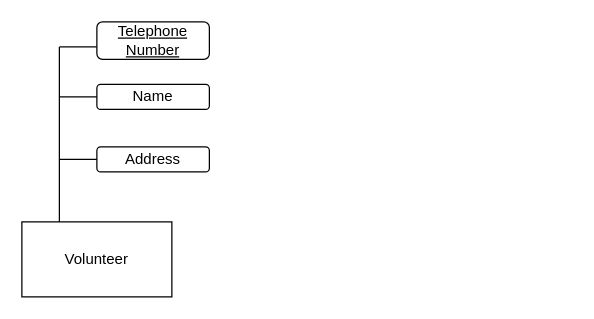
Above: Question1.drawio in LukeYaxley/Database_Project (draw.io), before the change. Source tidied: cells renumbered, new cells numbered last; positions are measured from the earlier drawing's top-left corner, leaving out a move shared by most shapes. Both pictures are drawn from the tidied source at 125%, with x=0, y=0 at pixel (21, 21).
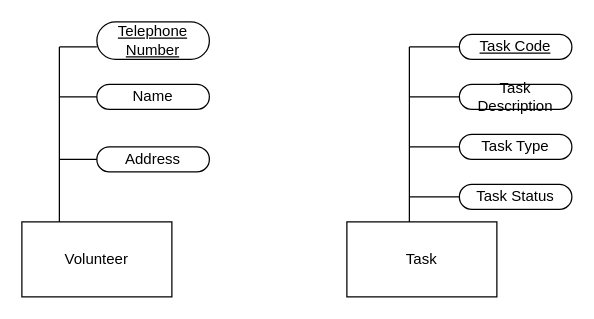
After the change.

Commit message:
Added Task Entity

Unchanged cells that the change refers to:
```xml
<mxCell id="2" value="Volunteer" style="rounded=0;whiteSpace=wrap;html=1;" parent="1" vertex="1">
  <mxGeometry y="160" width="120" height="60" as="geometry" />
</mxCell>
```

What changed in the source:
```diff
@@
-    <mxCell id="3" style="endArrow=none;html=1;rounded=0;exitX=0.25;exitY=0;exitDx=0;exitDy=0;" parent="1" edge="1" source="2">
-      <mxGeometry relative="1" as="geometry">
-        <mxPoint x="30" y="20" as="targetPoint" />
-      </mxGeometry>
-    </mxCell>
-    <mxCell id="4" style="endArrow=none;html=1;rounded=0;" parent="1" edge="1">
-      <mxGeometry relative="1" as="geometry">
-        <mxPoint x="30" y="20" as="sourcePoint" />
-        <mxPoint x="60" y="20" as="targetPoint" />
-      </mxGeometry>
-    </mxCell>
-    <mxCell id="5" value="&lt;u&gt;Telephone Number&lt;/u&gt;" style="rounded=1;whiteSpace=wrap;html=1;" parent="1" vertex="1">
+    <mxCell id="5" value="&lt;u&gt;Telephone Number&lt;/u&gt;" style="rounded=1;whiteSpace=wrap;html=1;arcSize=50;" parent="1" vertex="1">
       <mxGeometry x="60" width="90" height="30" as="geometry" />
     </mxCell>
-    <mxCell id="6" value="Name" style="rounded=1;whiteSpace=wrap;html=1;" parent="1" vertex="1">
+    <mxCell id="6" value="Name" style="rounded=1;whiteSpace=wrap;html=1;arcSize=50;" parent="1" vertex="1">
       <mxGeometry x="60" y="50" width="90" height="20" as="geometry" />
     </mxCell>
-    <mxCell id="7" value="Address" style="rounded=1;whiteSpace=wrap;html=1;" parent="1" vertex="1">
+    <mxCell id="7" value="Address" style="rounded=1;whiteSpace=wrap;html=1;arcSize=50;" parent="1" vertex="1">
       <mxGeometry x="60" y="100" width="90" height="20" as="geometry" />
     </mxCell>
+    <mxCell id="10" value="Task" style="rounded=0;whiteSpace=wrap;html=1;" parent="1" vertex="1">
+      <mxGeometry x="260" y="160" width="120" height="60" as="geometry" />
+    </mxCell>
+    <mxCell id="11" style="group;" parent="1" vertex="1">
+      <mxGeometry x="30" y="20" width="30" height="90" as="geometry" />
+    </mxCell>
+    <mxCell id="3" style="endArrow=none;html=1;rounded=0;exitX=0.25;exitY=0;exitDx=0;exitDy=0;" parent="11" edge="1" source="2">
+      <mxGeometry relative="1" as="geometry">
+        <mxPoint as="targetPoint" />
+      </mxGeometry>
+    </mxCell>
+    <mxCell id="4" style="endArrow=none;html=1;rounded=0;" parent="11" edge="1">
+      <mxGeometry relative="1" as="geometry">
+        <mxPoint as="sourcePoint" />
+        <mxPoint x="30" as="targetPoint" />
+      </mxGeometry>
+    </mxCell>
-    <mxCell id="8" style="endArrow=none;html=1;rounded=0;entryX=0;entryY=0.5;entryDx=0;entryDy=0;" parent="1" edge="1" target="6">
+    <mxCell id="8" style="endArrow=none;html=1;rounded=0;entryX=0;entryY=0.5;entryDx=0;entryDy=0;" parent="11" edge="1" target="6">
       <mxGeometry relative="1" as="geometry">
-        <mxPoint x="30" y="60" as="sourcePoint" />
+        <mxPoint y="40" as="sourcePoint" />
       </mxGeometry>
     </mxCell>
-    <mxCell id="9" style="endArrow=none;html=1;rounded=0;entryX=0;entryY=0.5;entryDx=0;entryDy=0;" parent="1" edge="1" target="7">
+    <mxCell id="9" style="endArrow=none;html=1;rounded=0;entryX=0;entryY=0.5;entryDx=0;entryDy=0;" parent="11" edge="1" target="7">
       <mxGeometry relative="1" as="geometry">
-        <mxPoint x="30" y="110" as="sourcePoint" />
+        <mxPoint y="90" as="sourcePoint" />
       </mxGeometry>
     </mxCell>
+    <mxCell id="12" style="endArrow=none;html=1;rounded=0;" parent="1" edge="1">
+      <mxGeometry relative="1" as="geometry">
+        <mxPoint x="310" y="160" as="sourcePoint" />
+        <mxPoint x="310" y="20" as="targetPoint" />
+      </mxGeometry>
+    </mxCell>
+    <mxCell id="13" style="endArrow=none;html=1;rounded=0;" parent="1" edge="1">
+      <mxGeometry relative="1" as="geometry">
+        <mxPoint x="310" y="20" as="sourcePoint" />
+        <mxPoint x="350" y="20" as="targetPoint" />
+      </mxGeometry>
+    </mxCell>
+    <mxCell id="14" style="endArrow=none;html=1;rounded=0;" parent="1" edge="1">
+      <mxGeometry relative="1" as="geometry">
+        <mxPoint x="310" y="60" as="sourcePoint" />
+        <mxPoint x="350" y="60" as="targetPoint" />
+      </mxGeometry>
+    </mxCell>
+    <mxCell id="15" value="&lt;u&gt;Task Code&lt;br&gt;&lt;/u&gt;" style="rounded=1;whiteSpace=wrap;html=1;arcSize=50;" parent="1" vertex="1">
+      <mxGeometry x="350" y="10" width="90" height="20" as="geometry" />
+    </mxCell>
+    <mxCell id="16" value="Task Description" style="rounded=1;whiteSpace=wrap;html=1;arcSize=50;" parent="1" vertex="1">
+      <mxGeometry x="350" y="50" width="90" height="20" as="geometry" />
+    </mxCell>
+    <mxCell id="17" value="Task Type" style="rounded=1;whiteSpace=wrap;html=1;arcSize=50;" parent="1" vertex="1">
+      <mxGeometry x="350" y="90" width="90" height="20" as="geometry" />
+    </mxCell>
+    <mxCell id="18" value="Task Status" style="rounded=1;whiteSpace=wrap;html=1;arcSize=50;" parent="1" vertex="1">
+      <mxGeometry x="350" y="130" width="90" height="20" as="geometry" />
+    </mxCell>
+    <mxCell id="19" style="endArrow=none;html=1;rounded=0;entryX=0;entryY=0.5;entryDx=0;entryDy=0;" parent="1" edge="1" target="17">
+      <mxGeometry relative="1" as="geometry">
+        <mxPoint x="310" y="100" as="sourcePoint" />
+      </mxGeometry>
+    </mxCell>
+    <mxCell id="20" style="endArrow=none;html=1;rounded=0;entryX=0;entryY=0.5;entryDx=0;entryDy=0;" parent="1" edge="1" target="18">
+      <mxGeometry relative="1" as="geometry">
+        <mxPoint x="310" y="140" as="sourcePoint" />
+      </mxGeometry>
+    </mxCell>
```
